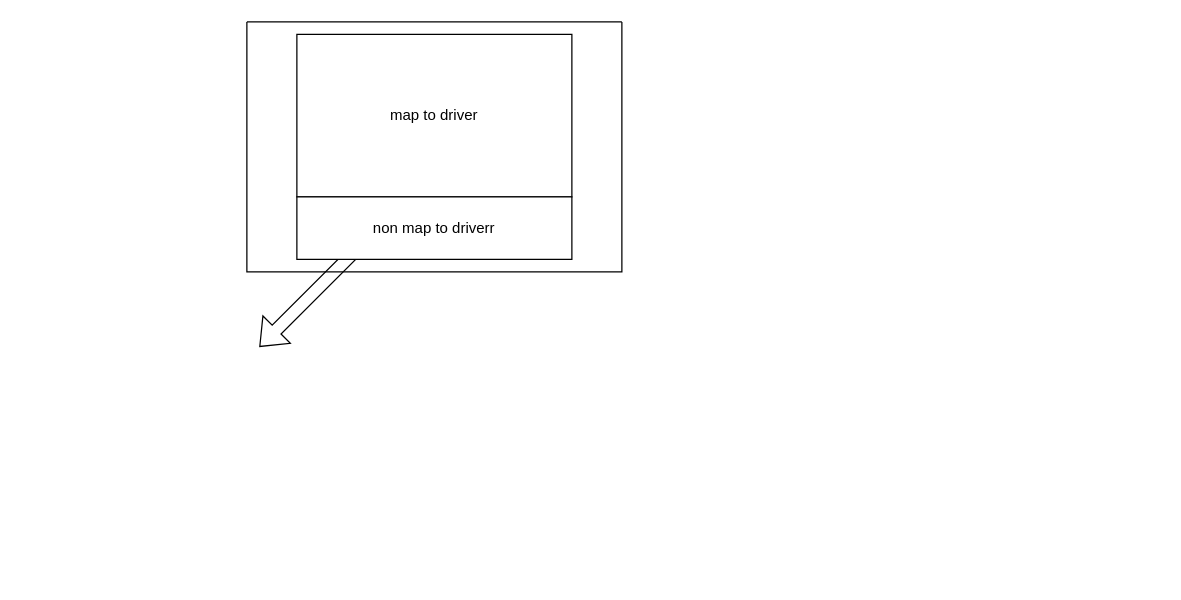
This is Untitled Diagram.drawio from mmarew/Transport, a draw.io file, before an edit. Source tidied: cells renumbered, new cells numbered last; positions are measured from the earlier drawing's top-left corner, leaving out a move shared by most shapes. Both pictures are drawn from the tidied source at 125%, with x=0, y=0 at pixel (246, 21).
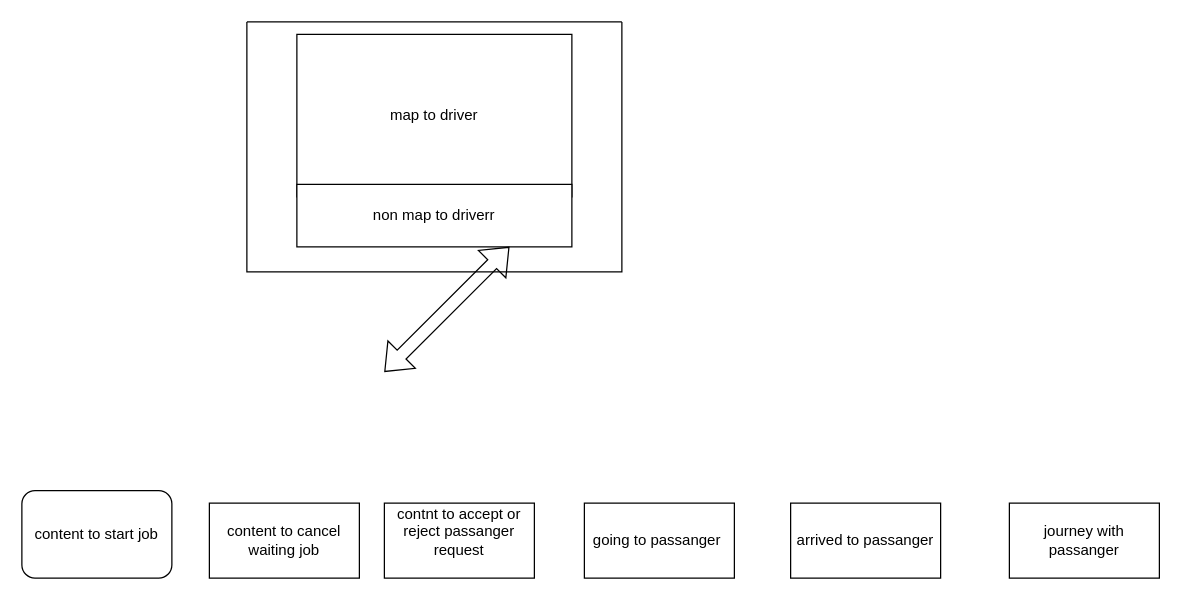
The same diagram, later.

Diff of the diagram source:
```diff
@@
 <mxGraphModel>
   <root>
     <mxCell id="0" />
     <mxCell id="1" parent="0" />
     <mxCell id="2" style="swimlane;startSize=0;" parent="1" vertex="1">
       <mxGeometry width="300" height="200" as="geometry" />
     </mxCell>
     <mxCell id="3" value="map to driver" style="rounded=0;whiteSpace=wrap;html=1;" parent="2" vertex="1">
       <mxGeometry x="40" y="10" width="220" height="130" as="geometry" />
     </mxCell>
+    <mxCell id="5" value="non map to driverr" style="whiteSpace=wrap;html=1;" parent="2" vertex="1">
+      <mxGeometry x="40" y="130" width="220" height="50" as="geometry" />
+    </mxCell>
+    <mxCell id="6" value="content to start job" style="rounded=1;whiteSpace=wrap;html=1;" parent="1" vertex="1">
+      <mxGeometry x="-180" y="375" width="120" height="70" as="geometry" />
+    </mxCell>
+    <mxCell id="7" value="content to cancel waiting job" style="whiteSpace=wrap;html=1;" parent="1" vertex="1">
+      <mxGeometry x="-30" y="385" width="120" height="60" as="geometry" />
+    </mxCell>
+    <mxCell id="8" value="contnt to accept or reject passanger request&lt;div&gt;&lt;br&gt;&lt;/div&gt;" style="whiteSpace=wrap;html=1;" parent="1" vertex="1">
+      <mxGeometry x="110" y="385" width="120" height="60" as="geometry" />
+    </mxCell>
+    <mxCell id="9" value="going to passanger&amp;nbsp;" style="whiteSpace=wrap;html=1;" parent="1" vertex="1">
+      <mxGeometry x="270" y="385" width="120" height="60" as="geometry" />
+    </mxCell>
+    <mxCell id="10" value="arrived to passanger" style="whiteSpace=wrap;html=1;" parent="1" vertex="1">
+      <mxGeometry x="435" y="385" width="120" height="60" as="geometry" />
+    </mxCell>
+    <mxCell id="11" value="journey with passanger" style="whiteSpace=wrap;html=1;" parent="1" vertex="1">
+      <mxGeometry x="610" y="385" width="120" height="60" as="geometry" />
+    </mxCell>
-    <mxCell id="4" style="shape=flexArrow;endArrow=classic;startArrow=classic;html=1;rounded=0;" parent="2" edge="1">
+    <mxCell id="4" style="shape=flexArrow;endArrow=classic;startArrow=classic;html=1;rounded=0;" parent="1" edge="1">
       <mxGeometry relative="1" as="geometry">
-        <mxPoint x="10" y="260" as="sourcePoint" />
-        <mxPoint x="110" y="160" as="targetPoint" />
+        <mxPoint x="110" y="280" as="sourcePoint" />
+        <mxPoint x="210" y="180" as="targetPoint" />
       </mxGeometry>
     </mxCell>
-    <mxCell id="5" value="non map to driverr" style="whiteSpace=wrap;html=1;" parent="1" vertex="1">
-      <mxGeometry x="40" y="140" width="220" height="50" as="geometry" />
-    </mxCell>
   </root>
 </mxGraphModel>
```
